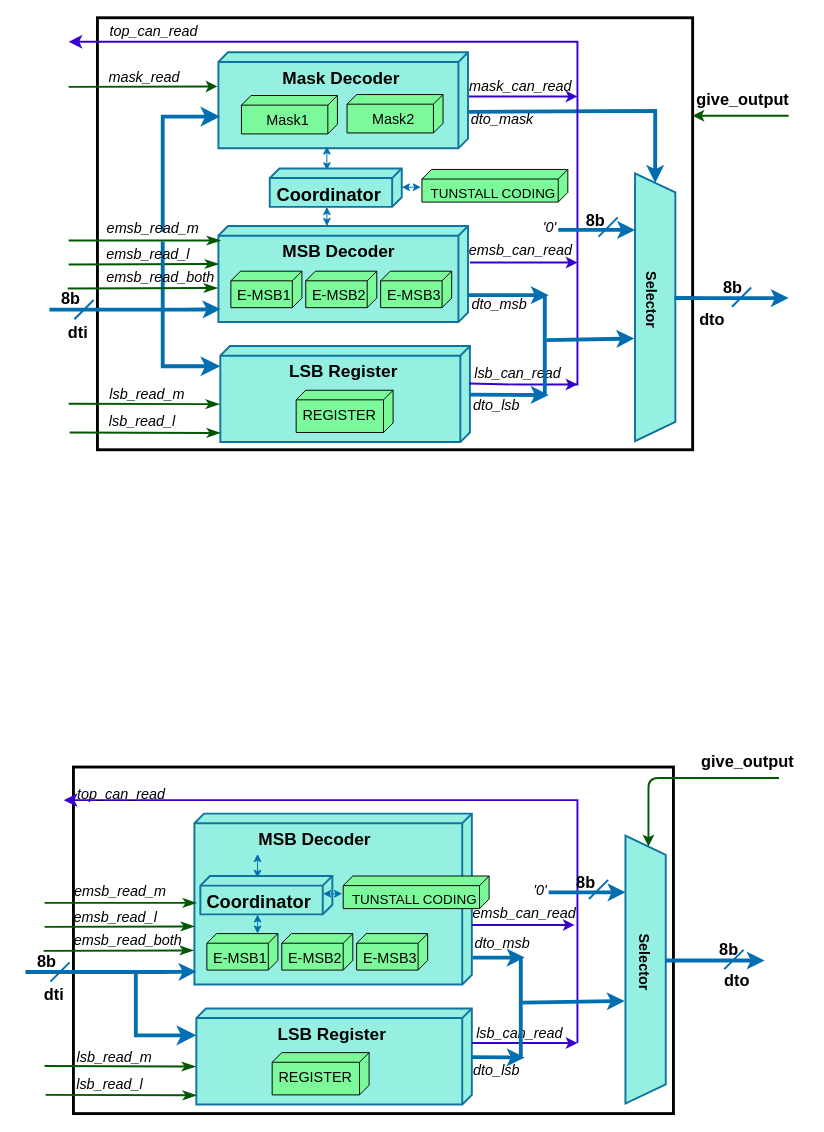
This is decompressor.drawio from Nithyarajoman/Drawio-figures, a draw.io file, before an edit. Source tidied: cells renumbered, new cells numbered last; positions are measured from the earlier drawing's top-left corner, leaving out a move shared by most shapes. Both pictures are drawn from the tidied source at 96%, with x=0, y=0 at pixel (25, 16).
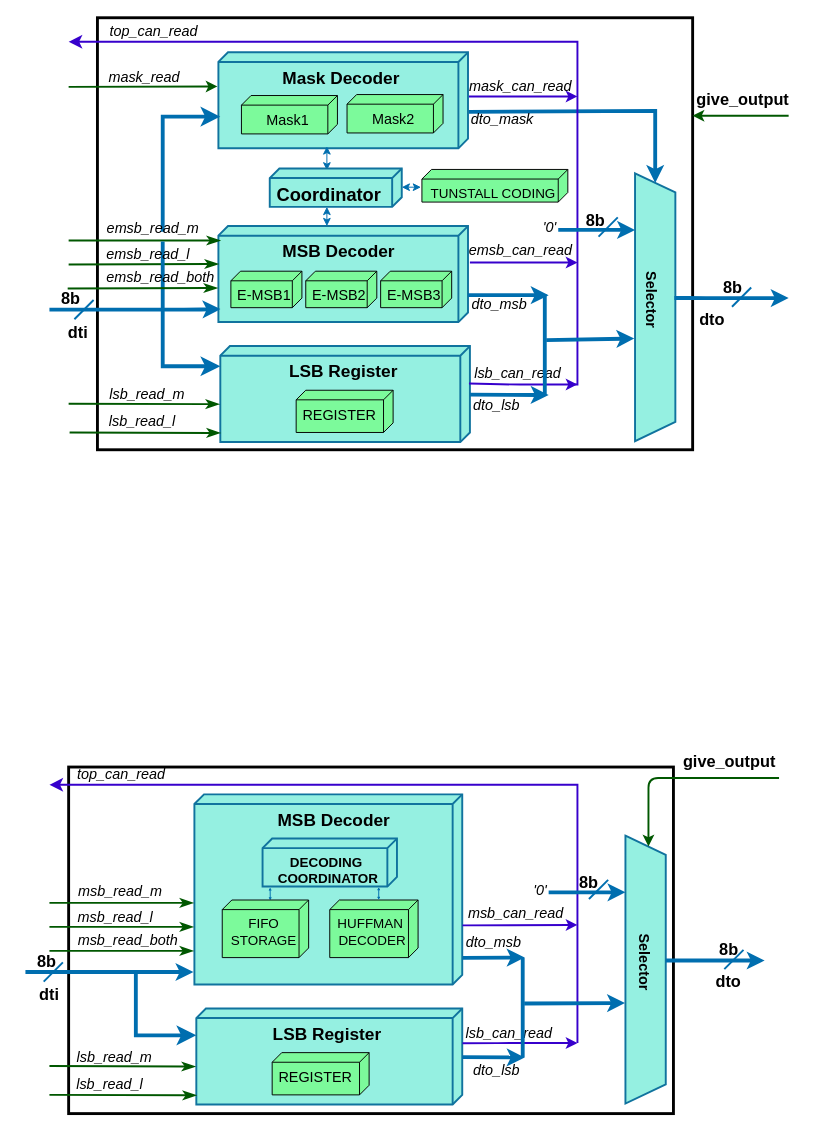
After the change.

Unchanged cells that the change refers to:
```xml
<mxCell id="68" style="shape=trapezoid;perimeter=trapezoidPerimeter;whiteSpace=wrap;html=1;fixedSize=1;strokeColor=#10739e;fillColor=#95F0E1;direction=south;strokeWidth=2;" parent="1" vertex="1">
  <mxGeometry x="625" y="853" width="42" height="279" as="geometry" />
</mxCell>
```

The edit, as a diff of the source:
```diff
@@
     <mxCell id="63" style="rounded=0;whiteSpace=wrap;html=1;fillStyle=solid;strokeColor=#000000;strokeWidth=3;fillColor=none;" parent="1" vertex="1">
-      <mxGeometry x="50" y="781.5" width="625" height="361" as="geometry" />
+      <mxGeometry x="45" y="781.5" width="630" height="361" as="geometry" />
     </mxCell>
@@
     <mxCell id="65" value="&lt;font size=&quot;1&quot; color=&quot;#000000&quot;&gt;&lt;b style=&quot;font-size: 18px;&quot;&gt;LSB Register&lt;/b&gt;&lt;/font&gt;" style="verticalAlign=top;align=center;shape=cube;size=10;direction=south;fontStyle=0;html=1;boundedLbl=1;spacingLeft=5;rounded=1;fillColor=#95F0E1;strokeColor=#10739e;strokeWidth=2;" parent="1" vertex="1">
-      <mxGeometry x="178" y="1033" width="287" height="100" as="geometry" />
+      <mxGeometry x="178" y="1033" width="277" height="100" as="geometry" />
     </mxCell>
-    <mxCell id="66" value="&lt;font size=&quot;1&quot; color=&quot;#000000&quot;&gt;&lt;b style=&quot;font-size: 18px;&quot;&gt;&amp;nbsp; &amp;nbsp; &amp;nbsp; &amp;nbsp; &amp;nbsp; &amp;nbsp; MSB Decoder&lt;/b&gt;&lt;/font&gt;" style="verticalAlign=top;align=left;shape=cube;size=10;direction=south;fontStyle=0;html=1;boundedLbl=1;spacingLeft=5;rounded=1;fillColor=#95F0E1;strokeColor=#10739e;strokeWidth=2;" parent="1" vertex="1">
-      <mxGeometry x="176" y="830" width="289" height="178" as="geometry" />
+    <mxCell id="66" value="&lt;font size=&quot;1&quot; color=&quot;#000000&quot;&gt;&lt;b style=&quot;font-size: 18px;&quot;&gt;&amp;nbsp; &amp;nbsp; &amp;nbsp; &amp;nbsp; &amp;nbsp; &amp;nbsp; &amp;nbsp; &amp;nbsp; MSB Decoder&lt;/b&gt;&lt;/font&gt;" style="verticalAlign=top;align=left;shape=cube;size=10;direction=south;fontStyle=0;html=1;boundedLbl=1;spacingLeft=5;rounded=1;fillColor=#95F0E1;strokeColor=#10739e;strokeWidth=2;" parent="1" vertex="1">
+      <mxGeometry x="176" y="810" width="279" height="198" as="geometry" />
     </mxCell>
@@
     <mxCell id="70" style="endArrow=classicThin;startArrow=none;endFill=1;startFill=0;endSize=8;html=1;verticalAlign=bottom;labelBackgroundColor=none;strokeWidth=2;shadow=0;sketch=0;fontColor=#000000;fillColor=#008a00;strokeColor=#005700;" parent="1" edge="1">
       <mxGeometry relative="1" as="geometry">
-        <mxPoint x="20" y="923" as="sourcePoint" />
-        <mxPoint x="178" y="923" as="targetPoint" />
+        <mxPoint x="25" y="923" as="sourcePoint" />
+        <mxPoint x="175" y="923" as="targetPoint" />
       </mxGeometry>
     </mxCell>
     <mxCell id="71" style="endArrow=classicThin;startArrow=none;endFill=1;startFill=0;endSize=8;html=1;verticalAlign=bottom;labelBackgroundColor=none;strokeWidth=2;shadow=0;sketch=0;fontColor=#000000;fillColor=#008a00;strokeColor=#005700;" parent="1" edge="1">
       <mxGeometry relative="1" as="geometry">
-        <mxPoint x="20" y="948" as="sourcePoint" />
-        <mxPoint x="176" y="947.5" as="targetPoint" />
+        <mxPoint x="25" y="948" as="sourcePoint" />
+        <mxPoint x="175" y="948" as="targetPoint" />
       </mxGeometry>
     </mxCell>
@@
-    <mxCell id="73" style="edgeStyle=none;html=1;fontColor=#000000;shadow=0;strokeColor=#3700CC;fillColor=#6a00ff;strokeWidth=2;" parent="1" edge="1">
+    <mxCell id="73" style="edgeStyle=none;html=1;fontColor=#000000;shadow=0;strokeColor=#3700CC;fillColor=#6a00ff;strokeWidth=2;exitX=0.689;exitY=-0.001;exitDx=0;exitDy=0;exitPerimeter=0;" parent="1" edge="1" source="66">
       <mxGeometry relative="1" as="geometry">
-        <mxPoint x="465" y="946" as="sourcePoint" />
-        <mxPoint x="572" y="946" as="targetPoint" />
+        <mxPoint x="575" y="946" as="targetPoint" />
       </mxGeometry>
     </mxCell>
     <mxCell id="74" style="edgeStyle=segmentEdgeStyle;endArrow=classic;html=1;curved=0;rounded=0;endSize=8;startSize=8;fontColor=#000000;strokeColor=#3700CC;fillColor=#6a00ff;strokeWidth=2;" parent="1" edge="1">
       <mxGeometry relative="1" as="geometry">
         <mxPoint x="575" y="1069" as="sourcePoint" />
-        <mxPoint x="40" y="816" as="targetPoint" />
+        <mxPoint x="25" y="800" as="targetPoint" />
         <Array as="points">
-          <mxPoint x="575" y="1069" />
-          <mxPoint x="575" y="816" />
+          <mxPoint x="575" y="800" />
+          <mxPoint x="40" y="800" />
         </Array>
       </mxGeometry>
     </mxCell>
-    <mxCell id="75" style="edgeStyle=none;html=1;fontColor=#000000;shadow=0;strokeColor=#3700CC;fillColor=#6a00ff;strokeWidth=2;" parent="1" edge="1">
+    <mxCell id="75" style="edgeStyle=none;html=1;fontColor=#000000;shadow=0;strokeColor=#3700CC;fillColor=#6a00ff;strokeWidth=2;exitX=0.363;exitY=-0.001;exitDx=0;exitDy=0;exitPerimeter=0;" parent="1" edge="1" source="65">
       <mxGeometry relative="1" as="geometry">
-        <mxPoint x="465" y="1069" as="sourcePoint" />
         <mxPoint x="575" y="1069" as="targetPoint" />
         <Array as="points">
           <mxPoint x="502" y="1069" />
         </Array>
       </mxGeometry>
     </mxCell>
-    <mxCell id="76" style="edgeStyle=none;orthogonalLoop=1;jettySize=auto;html=1;entryX=0.685;entryY=0.992;entryDx=0;entryDy=0;entryPerimeter=0;strokeColor=#006EAF;fillColor=#1ba1e2;strokeWidth=4;" parent="1" edge="1">
+    <mxCell id="76" style="edgeStyle=none;orthogonalLoop=1;jettySize=auto;html=1;strokeColor=#006EAF;fillColor=#1ba1e2;strokeWidth=4;" parent="1" edge="1">
       <mxGeometry relative="1" as="geometry">
         <mxPoint y="995" as="sourcePoint" />
-        <mxPoint x="178.1" y="994.5" as="targetPoint" />
+        <mxPoint x="175" y="995" as="targetPoint" />
         <Array as="points">
           <mxPoint x="150" y="995" />
         </Array>
       </mxGeometry>
     </mxCell>
@@
     <mxCell id="78" style="endArrow=classicThin;startArrow=none;endFill=1;startFill=0;endSize=8;html=1;verticalAlign=bottom;labelBackgroundColor=none;strokeWidth=2;shadow=0;sketch=0;fontColor=#000000;fillColor=#008a00;strokeColor=#005700;" parent="1" edge="1">
       <mxGeometry relative="1" as="geometry">
-        <mxPoint x="20" y="1093" as="sourcePoint" />
+        <mxPoint x="25" y="1093" as="sourcePoint" />
         <mxPoint x="177" y="1093.5" as="targetPoint" />
       </mxGeometry>
     </mxCell>
-    <mxCell id="79" style="html=1;fontColor=#000000;shadow=0;strokeColor=#006EAF;strokeWidth=4;exitX=0.433;exitY=0.167;exitDx=0;exitDy=0;exitPerimeter=0;" parent="1" edge="1">
+    <mxCell id="79" style="html=1;fontColor=#000000;shadow=0;strokeColor=#006EAF;strokeWidth=4;exitX=0.86;exitY=-0.002;exitDx=0;exitDy=0;exitPerimeter=0;" parent="1" edge="1" source="66">
       <mxGeometry relative="1" as="geometry">
-        <mxPoint x="466" y="980" as="sourcePoint" />
         <mxPoint x="520" y="980" as="targetPoint" />
       </mxGeometry>
     </mxCell>
     <mxCell id="80" style="endArrow=none;html=1;strokeColor=#006EAF;strokeWidth=2;" parent="1" edge="1">
       <mxGeometry relative="1" as="geometry">
-        <mxPoint x="26" y="1005" as="sourcePoint" />
-        <mxPoint x="46" y="985" as="targetPoint" />
+        <mxPoint x="19" y="1005" as="sourcePoint" />
+        <mxPoint x="39" y="985" as="targetPoint" />
       </mxGeometry>
     </mxCell>
@@
     <mxCell id="84" value="&lt;b&gt;&lt;font style=&quot;font-size: 17px;&quot;&gt;dto&lt;/font&gt;&lt;/b&gt;" style="text;strokeColor=none;align=center;fillColor=none;html=1;verticalAlign=middle;whiteSpace=wrap;rounded=0;" parent="1" vertex="1">
-      <mxGeometry x="701" y="988" width="80.5" height="33" as="geometry" />
+      <mxGeometry x="692" y="989" width="80.5" height="33" as="geometry" />
     </mxCell>
-    <mxCell id="85" value="&lt;font style=&quot;font-size: 15px;&quot;&gt;&lt;i&gt;emsb_read_m&lt;/i&gt;&lt;/font&gt;" style="text;strokeColor=none;align=center;fillColor=none;html=1;verticalAlign=middle;whiteSpace=wrap;rounded=0;fontSize=17;" parent="1" vertex="1">
+    <mxCell id="85" value="&lt;font style=&quot;font-size: 15px;&quot;&gt;&lt;i&gt;msb_read_m&lt;/i&gt;&lt;/font&gt;" style="text;strokeColor=none;align=center;fillColor=none;html=1;verticalAlign=middle;whiteSpace=wrap;rounded=0;fontSize=17;" parent="1" vertex="1">
       <mxGeometry x="69" y="893" width="60" height="35" as="geometry" />
     </mxCell>
-    <mxCell id="86" value="&lt;font style=&quot;font-size: 15px;&quot;&gt;&lt;i&gt;emsb_read_l&lt;/i&gt;&lt;/font&gt;" style="text;strokeColor=none;align=center;fillColor=none;html=1;verticalAlign=middle;whiteSpace=wrap;rounded=0;fontSize=17;" parent="1" vertex="1">
+    <mxCell id="86" value="&lt;font style=&quot;font-size: 15px;&quot;&gt;&lt;i&gt;msb_read_l&lt;/i&gt;&lt;/font&gt;" style="text;strokeColor=none;align=center;fillColor=none;html=1;verticalAlign=middle;whiteSpace=wrap;rounded=0;fontSize=17;" parent="1" vertex="1">
       <mxGeometry x="64" y="923" width="60" height="30" as="geometry" />
     </mxCell>
@@
-    <mxCell id="89" value="&lt;font style=&quot;font-size: 15px;&quot;&gt;&lt;i&gt;emsb_can_read&lt;/i&gt;&lt;/font&gt;" style="text;strokeColor=none;align=center;fillColor=none;html=1;verticalAlign=middle;whiteSpace=wrap;rounded=0;fontSize=17;" parent="1" vertex="1">
-      <mxGeometry x="490" y="919" width="60" height="30" as="geometry" />
+    <mxCell id="89" value="&lt;font style=&quot;font-size: 15px;&quot;&gt;&lt;i&gt;msb_can_read&lt;/i&gt;&lt;/font&gt;" style="text;strokeColor=none;align=center;fillColor=none;html=1;verticalAlign=middle;whiteSpace=wrap;rounded=0;fontSize=17;" parent="1" vertex="1">
+      <mxGeometry x="481" y="919" width="60" height="30" as="geometry" />
     </mxCell>
     <mxCell id="90" value="&lt;font style=&quot;font-size: 15px;&quot;&gt;&lt;i&gt;lsb_can_read&lt;/i&gt;&lt;/font&gt;" style="text;strokeColor=none;align=center;fillColor=none;html=1;verticalAlign=middle;whiteSpace=wrap;rounded=0;fontSize=17;" parent="1" vertex="1">
-      <mxGeometry x="485" y="1044" width="60" height="30" as="geometry" />
+      <mxGeometry x="474" y="1044" width="60" height="30" as="geometry" />
     </mxCell>
     <mxCell id="91" value="&lt;b&gt;&lt;font style=&quot;font-size: 17px;&quot;&gt;dti&lt;/font&gt;&lt;/b&gt;" style="text;strokeColor=none;align=center;fillColor=none;html=1;verticalAlign=middle;whiteSpace=wrap;rounded=0;" parent="1" vertex="1">
-      <mxGeometry x="10" y="1005" width="40" height="30" as="geometry" />
+      <mxGeometry x="5" y="1005" width="40" height="30" as="geometry" />
     </mxCell>
     <mxCell id="92" value="&lt;font style=&quot;font-size: 15px;&quot;&gt;&lt;i&gt;top_can_read&lt;/i&gt;&lt;/font&gt;" style="text;strokeColor=none;align=center;fillColor=none;html=1;verticalAlign=middle;whiteSpace=wrap;rounded=0;fontSize=17;" parent="1" vertex="1">
-      <mxGeometry x="70" y="795" width="60" height="30" as="geometry" />
+      <mxGeometry x="70" y="774" width="60" height="30" as="geometry" />
     </mxCell>
     <mxCell id="93" style="line;strokeWidth=4;dashed=0;labelPosition=right;align=left;verticalAlign=middle;spacingTop=0;spacingLeft=6;points=[];portConstraint=eastwest;fillStyle=solid;strokeColor=#006eaf;fillColor=none;flipH=1;flipV=1;direction=south;" parent="1" vertex="1">
-      <mxGeometry x="511" y="979" width="10" height="104" as="geometry" />
+      <mxGeometry x="513" y="980" width="10" height="104" as="geometry" />
     </mxCell>
-    <mxCell id="94" style="html=1;fontColor=#000000;shadow=0;strokeColor=#006EAF;strokeWidth=4;exitX=0.54;exitY=0.653;exitDx=0;exitDy=0;exitPerimeter=0;entryX=0.617;entryY=1.019;entryDx=0;entryDy=0;entryPerimeter=0;" parent="1" edge="1" source="93" target="68">
+    <mxCell id="94" style="html=1;fontColor=#000000;shadow=0;strokeColor=#006EAF;strokeWidth=4;exitX=0.54;exitY=0.653;exitDx=0;exitDy=0;exitPerimeter=0;entryX=0.625;entryY=1.011;entryDx=0;entryDy=0;entryPerimeter=0;" parent="1" edge="1" source="93" target="68">
       <mxGeometry relative="1" as="geometry" />
     </mxCell>
@@
     <mxCell id="97" value="&lt;b&gt;&lt;font style=&quot;font-size: 17px;&quot;&gt;8b&lt;/font&gt;&lt;/b&gt;" style="text;strokeColor=none;align=center;fillColor=none;html=1;verticalAlign=middle;whiteSpace=wrap;rounded=0;" parent="1" vertex="1">
-      <mxGeometry x="553" y="890" width="62" height="25" as="geometry" />
+      <mxGeometry x="556" y="890" width="62" height="25" as="geometry" />
     </mxCell>
@@
-    <mxCell id="100" value="&lt;font style=&quot;font-size: 15px;&quot;&gt;E-MSB1&lt;/font&gt;" style="verticalAlign=top;align=left;shape=cube;size=10;direction=south;html=1;boundedLbl=1;spacingLeft=5;rounded=1;fillColor=#7CFA9B;fontColor=#000000;strokeColor=#000000;" parent="1" vertex="1">
-      <mxGeometry x="189" y="955" width="74" height="38" as="geometry" />
-    </mxCell>
     <mxCell id="101" style="endArrow=classicThin;startArrow=none;endFill=1;startFill=0;endSize=8;html=1;verticalAlign=bottom;labelBackgroundColor=none;strokeWidth=2;shadow=0;sketch=0;fontColor=#000000;fillColor=#008a00;strokeColor=#005700;" parent="1" edge="1">
       <mxGeometry relative="1" as="geometry">
-        <mxPoint x="19" y="973" as="sourcePoint" />
-        <mxPoint x="175" y="972.5" as="targetPoint" />
+        <mxPoint x="25" y="973" as="sourcePoint" />
+        <mxPoint x="175" y="973" as="targetPoint" />
       </mxGeometry>
     </mxCell>
-    <mxCell id="102" value="&lt;font style=&quot;font-size: 15px;&quot;&gt;&lt;i&gt;emsb_read_both&lt;/i&gt;&lt;/font&gt;" style="text;strokeColor=none;align=center;fillColor=none;html=1;verticalAlign=middle;whiteSpace=wrap;rounded=0;fontSize=17;" parent="1" vertex="1">
+    <mxCell id="102" value="&lt;font style=&quot;font-size: 15px;&quot;&gt;&lt;i&gt;msb_read_both&lt;/i&gt;&lt;/font&gt;" style="text;strokeColor=none;align=center;fillColor=none;html=1;verticalAlign=middle;whiteSpace=wrap;rounded=0;fontSize=17;" parent="1" vertex="1">
       <mxGeometry x="77" y="947" width="60" height="30" as="geometry" />
     </mxCell>
-    <mxCell id="103" style="endArrow=classic;startArrow=classic;html=1;rounded=0;strokeColor=#006eaf;fontColor=default;exitX=0.125;exitY=0.502;exitDx=0;exitDy=0;exitPerimeter=0;" parent="1" edge="1">
-      <mxGeometry relative="1" as="geometry">
-        <mxPoint x="241.7" y="897" as="sourcePoint" />
-        <mxPoint x="241.8" y="872" as="targetPoint" />
-      </mxGeometry>
-    </mxCell>
-    <mxCell id="104" value="&lt;font style=&quot;font-size: 14px;&quot;&gt;TUNSTALL CODING&lt;/font&gt;" style="verticalAlign=top;align=center;shape=cube;size=10;direction=south;html=1;boundedLbl=1;spacingLeft=5;rounded=1;fillColor=#7CFA9B;fontColor=#000000;strokeColor=#000000;" parent="1" vertex="1">
-      <mxGeometry x="331" y="895" width="152" height="34" as="geometry" />
+    <mxCell id="104" value="&lt;font style=&quot;font-size: 14px;&quot;&gt;HUFFMAN&amp;nbsp;&lt;/font&gt;&lt;div&gt;&lt;font style=&quot;font-size: 14px;&quot;&gt;DECODER&lt;/font&gt;&lt;/div&gt;" style="verticalAlign=top;align=center;shape=cube;size=10;direction=south;html=1;boundedLbl=1;spacingLeft=5;rounded=1;fillColor=#7CFA9B;fontColor=#000000;strokeColor=#000000;" parent="1" vertex="1">
+      <mxGeometry x="317" y="920" width="92" height="60" as="geometry" />
     </mxCell>
-    <mxCell id="105" style="endArrow=classic;startArrow=classic;html=1;rounded=0;strokeColor=#006eaf;fontColor=default;" parent="1" edge="1">
+    <mxCell id="105" style="endArrow=classic;startArrow=classic;html=1;rounded=0;strokeColor=#006eaf;fontColor=default;entryX=1.016;entryY=0.815;entryDx=0;entryDy=0;entryPerimeter=0;strokeWidth=1;endSize=1;startSize=1;" parent="1" edge="1">
       <mxGeometry relative="1" as="geometry">
-        <mxPoint x="241.8" y="955" as="sourcePoint" />
-        <mxPoint x="241.8" y="935" as="targetPoint" />
+        <mxPoint x="255" y="920.5" as="sourcePoint" />
+        <mxPoint x="254.9" y="906.8" as="targetPoint" />
       </mxGeometry>
     </mxCell>
-    <mxCell id="106" value="&lt;font style=&quot;font-size: 15px;&quot;&gt;E-MSB3&lt;/font&gt;" style="verticalAlign=top;align=left;shape=cube;size=10;direction=south;html=1;boundedLbl=1;spacingLeft=5;rounded=1;fillColor=#7CFA9B;fontColor=#000000;strokeColor=#000000;" parent="1" vertex="1">
-      <mxGeometry x="345" y="955" width="74" height="38" as="geometry" />
+    <mxCell id="106" value="&lt;font style=&quot;font-size: 14px;&quot;&gt;FIFO&lt;/font&gt;&lt;div&gt;&lt;font style=&quot;font-size: 14px;&quot;&gt;STORAGE&lt;/font&gt;&lt;/div&gt;" style="verticalAlign=top;align=center;shape=cube;size=10;direction=south;html=1;boundedLbl=1;spacingLeft=5;rounded=1;fillColor=#7CFA9B;fontColor=#000000;strokeColor=#000000;" parent="1" vertex="1">
+      <mxGeometry x="205" y="920" width="90" height="60" as="geometry" />
     </mxCell>
-    <mxCell id="107" value="&lt;font style=&quot;font-size: 15px;&quot;&gt;E-MSB2&lt;/font&gt;" style="verticalAlign=top;align=left;shape=cube;size=10;direction=south;html=1;boundedLbl=1;spacingLeft=5;rounded=1;fillColor=#7CFA9B;fontColor=#000000;strokeColor=#000000;" parent="1" vertex="1">
-      <mxGeometry x="267" y="955" width="74" height="38" as="geometry" />
-    </mxCell>
@@
-    <mxCell id="109" value="&lt;font size=&quot;1&quot; style=&quot;&quot; color=&quot;#000000&quot;&gt;&lt;b style=&quot;font-size: 19px;&quot;&gt;Coordinator&lt;/b&gt;&lt;/font&gt;" style="verticalAlign=top;align=left;shape=cube;size=10;direction=south;fontStyle=0;html=1;boundedLbl=1;spacingLeft=5;rounded=1;fillColor=#95F0E1;strokeColor=#10739e;strokeWidth=2;" parent="1" vertex="1">
-      <mxGeometry x="182.2" y="895" width="137.5" height="40" as="geometry" />
+    <mxCell id="109" value="&lt;font style=&quot;font-size: 14px;&quot; color=&quot;#000000&quot;&gt;&lt;b style=&quot;&quot;&gt;DECODING&amp;nbsp;&lt;/b&gt;&lt;/font&gt;&lt;div&gt;&lt;font style=&quot;font-size: 14px;&quot; color=&quot;#000000&quot;&gt;&lt;b style=&quot;&quot;&gt;COORDINATOR&lt;/b&gt;&lt;/font&gt;&lt;/div&gt;" style="verticalAlign=top;align=center;shape=cube;size=10;direction=south;fontStyle=0;html=1;boundedLbl=1;spacingLeft=5;rounded=1;fillColor=#95F0E1;strokeColor=#10739e;strokeWidth=2;" parent="1" vertex="1">
+      <mxGeometry x="247" y="856" width="140" height="50" as="geometry" />
     </mxCell>
-    <mxCell id="110" style="endArrow=classic;startArrow=classic;html=1;rounded=0;strokeColor=#006eaf;fontColor=default;" parent="1" edge="1">
-      <mxGeometry relative="1" as="geometry">
-        <mxPoint x="330" y="913.5" as="sourcePoint" />
-        <mxPoint x="310" y="913.5" as="targetPoint" />
-      </mxGeometry>
-    </mxCell>
     <mxCell id="111" style="endArrow=classicThin;startArrow=none;endFill=1;startFill=0;endSize=8;html=1;verticalAlign=bottom;labelBackgroundColor=none;strokeWidth=2;shadow=0;sketch=0;fontColor=#000000;fillColor=#008a00;strokeColor=#005700;" parent="1" edge="1">
       <mxGeometry relative="1" as="geometry">
-        <mxPoint x="21" y="1123" as="sourcePoint" />
+        <mxPoint x="25" y="1123" as="sourcePoint" />
         <mxPoint x="178" y="1123.5" as="targetPoint" />
       </mxGeometry>
     </mxCell>
     <mxCell id="112" value="&lt;b&gt;&lt;font style=&quot;font-size: 17px;&quot;&gt;give_output&lt;/font&gt;&lt;/b&gt;" style="text;strokeColor=none;align=center;fillColor=none;html=1;verticalAlign=middle;whiteSpace=wrap;rounded=0;" parent="1" vertex="1">
-      <mxGeometry x="690" y="762" width="125" height="30" as="geometry" />
+      <mxGeometry x="671" y="762" width="125" height="30" as="geometry" />
     </mxCell>
     <mxCell id="113" value="&lt;font style=&quot;font-size: 15px;&quot;&gt;&lt;i&gt;dto_msb&lt;/i&gt;&lt;/font&gt;" style="text;strokeColor=none;align=center;fillColor=none;html=1;verticalAlign=middle;whiteSpace=wrap;rounded=0;fontSize=17;" parent="1" vertex="1">
-      <mxGeometry x="467" y="950" width="60" height="30" as="geometry" />
+      <mxGeometry x="458" y="949" width="60" height="30" as="geometry" />
     </mxCell>
+    <mxCell id="114" style="endArrow=classic;startArrow=classic;html=1;rounded=0;strokeColor=#006eaf;fontColor=default;entryX=1.016;entryY=0.815;entryDx=0;entryDy=0;entryPerimeter=0;strokeWidth=1;endSize=1;startSize=1;" parent="1" edge="1">
+      <mxGeometry relative="1" as="geometry">
+        <mxPoint x="368" y="920" as="sourcePoint" />
+        <mxPoint x="368" y="906.5" as="targetPoint" />
+      </mxGeometry>
+    </mxCell>
```
